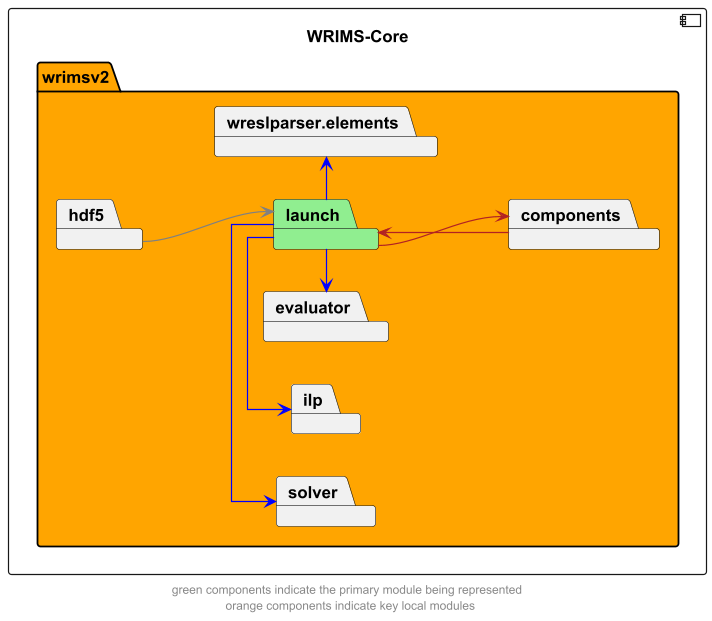
The PlantUML diagram docs/diagrams/wrims-core/wrims-core_launch.png in CentralValleyModeling/wrims, before a commit.
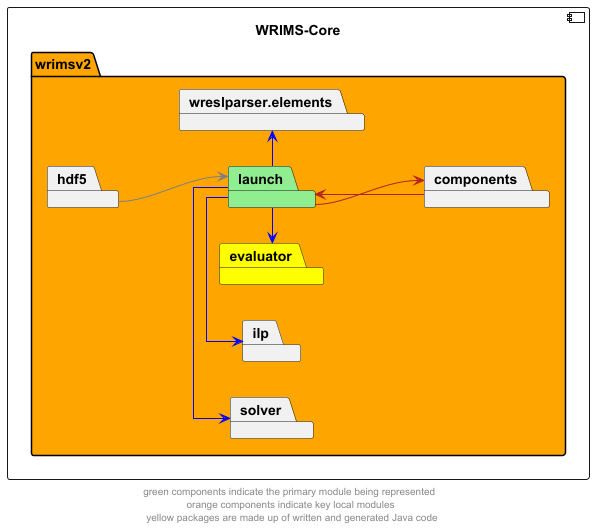
After the commit.

What changed in the source:
```diff
@@ -6,7 +6,7 @@
     package wrimsv2 #orange {
         package launch #lightgreen
         package components
-        package evaluator
+        package evaluator #yellow
         package solver
         package hdf5
         package ilp
@@ -26,5 +26,5 @@
 hdf5 --> launch #grey
 
 
-footer "green components indicate the primary module being represented \n orange components indicate key local modules"
+footer "green components indicate the primary module being represented \n orange components indicate key local modules \n yellow packages are made up of written and generated Java code"
 @enduml
```
